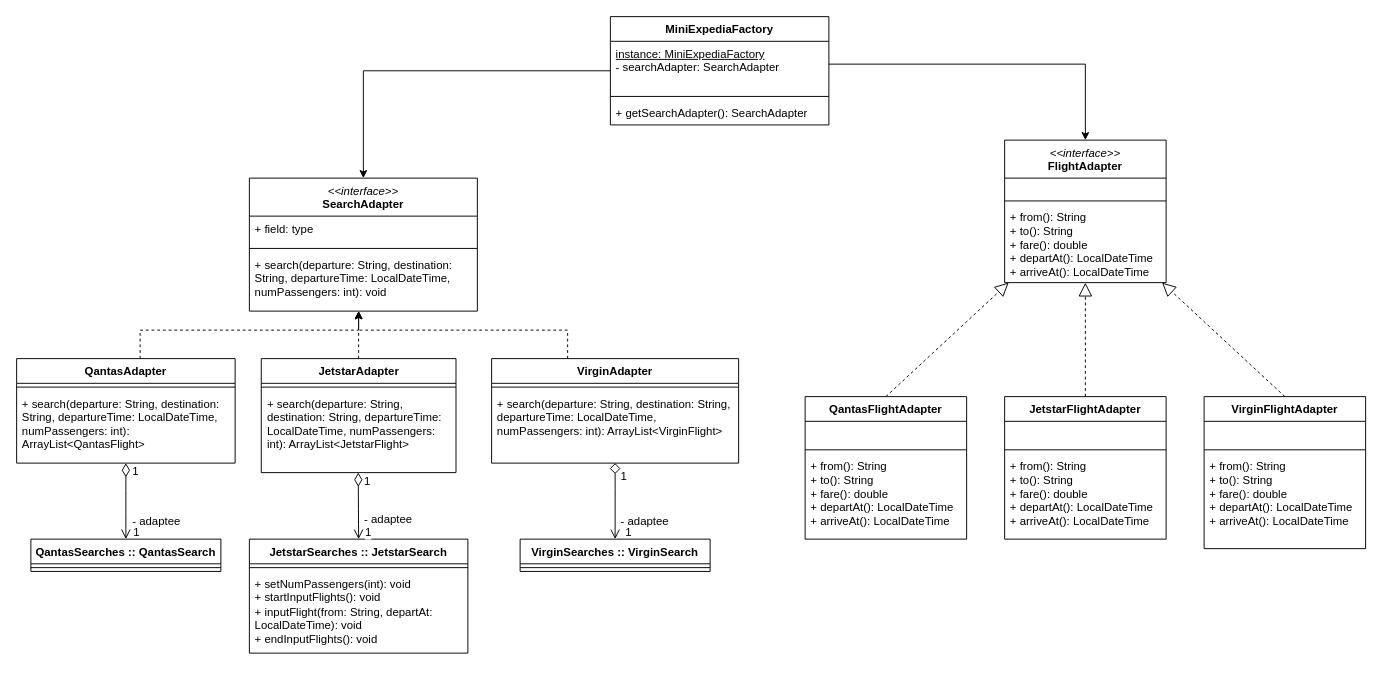
This is page "Page-1" (1 of 2) of workshop8-week9.drawio from antonykimuom/SWEN30006-2025-SM1-workshop1-tuew05-14-00-team-12, a draw.io file, before an edit. Source tidied: cells renumbered, new cells numbered last; positions are measured from the earlier drawing's top-left corner, leaving out a move shared by most shapes. Both pictures are drawn from the tidied source at 95%, with x=0, y=0 at pixel (16, 16).
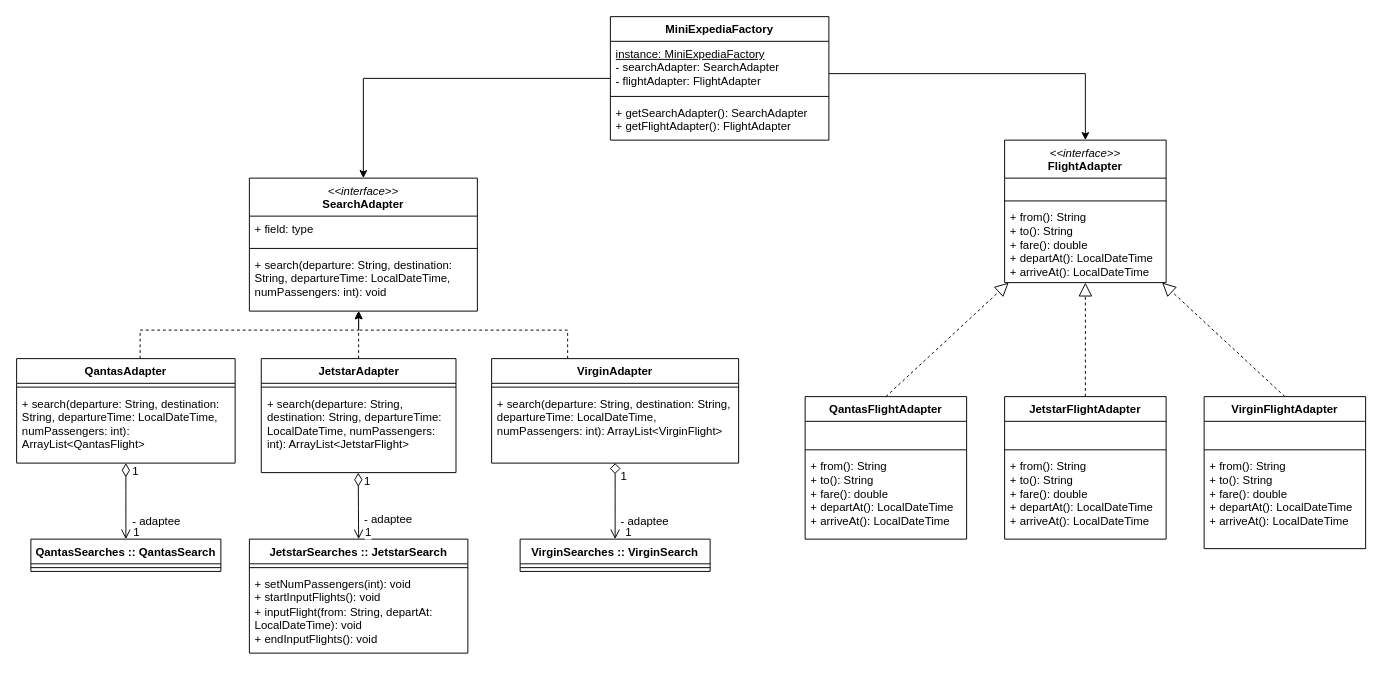
The same page after the edit.

The change refers to these unchanged cells:
```xml
<mxCell id="30" value="&lt;div&gt;&lt;span style=&quot;font-weight: normal;&quot;&gt;&lt;i&gt;&amp;lt;&amp;lt;interface&amp;gt;&amp;gt;&lt;/i&gt;&lt;/span&gt;&lt;/div&gt;FlightAdapter" style="swimlane;fontStyle=1;align=center;verticalAlign=top;horizontal=1;startSize=40;whiteSpace=wrap;html=1;" parent="1" vertex="1">
  <mxGeometry x="1040" y="130" width="170" height="150" as="geometry" />
</mxCell>
```

What changed in the source:
```diff
@@
     <mxCell id="12" style="edgeStyle=orthogonalEdgeStyle;rounded=0;jettySize=auto;html=1;entryX=0.5;entryY=0;entryDx=0;entryDy=0;" parent="1" edge="1" source="13" target="30">
       <mxGeometry relative="1" as="geometry">
         <Array as="points">
-          <mxPoint x="1125" y="50" />
+          <mxPoint x="1125" y="60" />
         </Array>
       </mxGeometry>
     </mxCell>
     <mxCell id="13" value="MiniExpediaFactory" style="swimlane;fontStyle=1;align=center;verticalAlign=top;horizontal=1;startSize=26;whiteSpace=wrap;html=1;" parent="1" vertex="1">
-      <mxGeometry x="625" width="230" height="114" as="geometry" />
+      <mxGeometry x="625" width="230" height="130" as="geometry" />
     </mxCell>
-    <mxCell id="14" value="&lt;div&gt;&lt;u&gt;instance: MiniExpediaFactory&lt;/u&gt;&lt;/div&gt;- searchAdapter: SearchAdapter" style="text;strokeColor=none;fillColor=none;align=left;verticalAlign=top;spacingLeft=4;spacingRight=4;overflow=hidden;whiteSpace=wrap;html=1;" parent="13" vertex="1">
+    <mxCell id="14" value="&lt;div&gt;&lt;u&gt;instance: MiniExpediaFactory&lt;/u&gt;&lt;/div&gt;- searchAdapter: SearchAdapter&lt;div&gt;- flightAdapter: FlightAdapter&lt;/div&gt;" style="text;strokeColor=none;fillColor=none;align=left;verticalAlign=top;spacingLeft=4;spacingRight=4;overflow=hidden;whiteSpace=wrap;html=1;" parent="13" vertex="1">
       <mxGeometry y="26" width="230" height="54" as="geometry" />
     </mxCell>
@@
-    <mxCell id="16" value="+ getSearchAdapter(): SearchAdapter" style="text;strokeColor=none;fillColor=none;align=left;verticalAlign=top;spacingLeft=4;spacingRight=4;overflow=hidden;whiteSpace=wrap;html=1;" parent="13" vertex="1">
-      <mxGeometry y="88" width="230" height="26" as="geometry" />
+    <mxCell id="16" value="+ getSearchAdapter(): SearchAdapter&lt;div&gt;+ getFlightAdapter(): FlightAdapter&lt;/div&gt;" style="text;strokeColor=none;fillColor=none;align=left;verticalAlign=top;spacingLeft=4;spacingRight=4;overflow=hidden;whiteSpace=wrap;html=1;" parent="13" vertex="1">
+      <mxGeometry y="88" width="230" height="42" as="geometry" />
     </mxCell>
```
